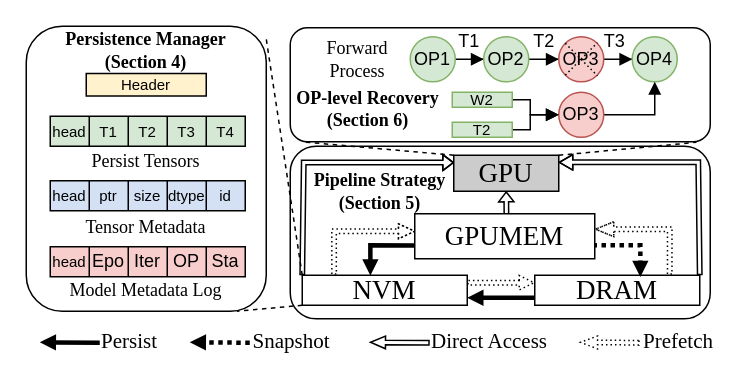
This is fig/system_design.drawio from icszhr/NCheck, a draw.io file, before an edit. Source tidied: cells renumbered, new cells numbered last; positions are measured from the earlier drawing's top-left corner, leaving out a move shared by most shapes. Both pictures are drawn from the tidied source at 150%, with x=0, y=0 at pixel (26, 26).
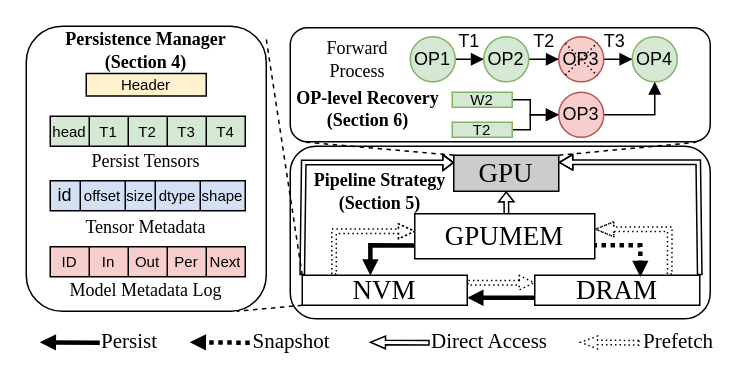
Above is the later version.

Unchanged cells that the change refers to:
```xml
<mxCell id="26" style="shape=tableRow;horizontal=0;startSize=0;swimlaneHead=0;swimlaneBody=0;strokeColor=inherit;top=0;left=0;bottom=0;right=0;fillColor=none;" parent="25" vertex="1">
  <mxGeometry width="130" height="20" as="geometry" />
</mxCell>
<mxCell id="34" style="shape=tableRow;horizontal=0;startSize=0;swimlaneHead=0;swimlaneBody=0;strokeColor=inherit;top=0;left=0;bottom=0;right=0;fillColor=none;" parent="33" vertex="1">
  <mxGeometry width="130" height="20" as="geometry" />
</mxCell>
```

What changed in the source:
```diff
@@
-    <mxCell id="27" value="&lt;font style=&quot;font-size: 10px;&quot;&gt;head&lt;/font&gt;" style="shape=partialRectangle;html=1;whiteSpace=wrap;strokeColor=inherit;overflow=hidden;fillColor=none;top=0;left=0;bottom=0;right=0;" parent="26" vertex="1">
-      <mxGeometry width="26" height="20" as="geometry" />
+    <mxCell id="27" value="id" style="shape=partialRectangle;html=1;whiteSpace=wrap;strokeColor=inherit;overflow=hidden;fillColor=none;top=0;left=0;bottom=0;right=0;" parent="26" vertex="1">
+      <mxGeometry width="20" height="20" as="geometry" />
     </mxCell>
-    <mxCell id="28" value="&lt;font style=&quot;font-size: 10px;&quot;&gt;ptr&lt;/font&gt;" style="shape=partialRectangle;html=1;whiteSpace=wrap;strokeColor=inherit;overflow=hidden;fillColor=none;top=0;left=0;bottom=0;right=0;" parent="26" vertex="1">
-      <mxGeometry x="26" width="26" height="20" as="geometry" />
+    <mxCell id="28" value="&lt;span style=&quot;font-size: 10px;&quot;&gt;offset&lt;/span&gt;" style="shape=partialRectangle;html=1;whiteSpace=wrap;strokeColor=inherit;overflow=hidden;fillColor=none;top=0;left=0;bottom=0;right=0;" parent="26" vertex="1">
+      <mxGeometry x="20" width="30" height="20" as="geometry" />
     </mxCell>
     <mxCell id="29" value="&lt;font style=&quot;font-size: 10px;&quot;&gt;size&lt;/font&gt;" style="shape=partialRectangle;html=1;whiteSpace=wrap;strokeColor=inherit;overflow=hidden;fillColor=none;top=0;left=0;bottom=0;right=0;" parent="26" vertex="1">
-      <mxGeometry x="52" width="26" height="20" as="geometry" />
+      <mxGeometry x="50" width="20" height="20" as="geometry" />
     </mxCell>
     <mxCell id="30" value="&lt;font style=&quot;font-size: 10px;&quot;&gt;dtype&lt;/font&gt;" style="shape=partialRectangle;html=1;whiteSpace=wrap;strokeColor=inherit;overflow=hidden;fillColor=none;top=0;left=0;bottom=0;right=0;" parent="26" vertex="1">
-      <mxGeometry x="78" width="26" height="20" as="geometry" />
+      <mxGeometry x="70" width="30" height="20" as="geometry" />
     </mxCell>
-    <mxCell id="31" value="&lt;font style=&quot;font-size: 10px;&quot;&gt;id&lt;/font&gt;" style="shape=partialRectangle;html=1;whiteSpace=wrap;strokeColor=inherit;overflow=hidden;fillColor=none;top=0;left=0;bottom=0;right=0;" parent="26" vertex="1">
-      <mxGeometry x="104" width="26" height="20" as="geometry" />
+    <mxCell id="31" value="&lt;font style=&quot;font-size: 10px;&quot;&gt;shape&lt;/font&gt;" style="shape=partialRectangle;html=1;whiteSpace=wrap;strokeColor=inherit;overflow=hidden;fillColor=none;top=0;left=0;bottom=0;right=0;" parent="26" vertex="1">
+      <mxGeometry x="100" width="30" height="20" as="geometry" />
     </mxCell>
@@
-    <mxCell id="35" value="&lt;font style=&quot;font-size: 10px;&quot;&gt;head&lt;/font&gt;" style="shape=partialRectangle;html=1;whiteSpace=wrap;strokeColor=inherit;overflow=hidden;fillColor=none;top=0;left=0;bottom=0;right=0;" parent="34" vertex="1">
+    <mxCell id="35" value="&lt;span style=&quot;font-size: 10px;&quot;&gt;ID&lt;/span&gt;" style="shape=partialRectangle;html=1;whiteSpace=wrap;strokeColor=inherit;overflow=hidden;fillColor=none;top=0;left=0;bottom=0;right=0;" parent="34" vertex="1">
       <mxGeometry width="26" height="20" as="geometry" />
     </mxCell>
-    <mxCell id="36" value="Epo" style="shape=partialRectangle;html=1;whiteSpace=wrap;strokeColor=inherit;overflow=hidden;fillColor=none;top=0;left=0;bottom=0;right=0;" parent="34" vertex="1">
+    <mxCell id="36" value="&lt;font style=&quot;font-size: 10px;&quot;&gt;In&lt;/font&gt;" style="shape=partialRectangle;html=1;whiteSpace=wrap;strokeColor=inherit;overflow=hidden;fillColor=none;top=0;left=0;bottom=0;right=0;" parent="34" vertex="1">
       <mxGeometry x="26" width="26" height="20" as="geometry" />
     </mxCell>
-    <mxCell id="37" value="Iter" style="shape=partialRectangle;html=1;whiteSpace=wrap;strokeColor=inherit;overflow=hidden;fillColor=none;top=0;left=0;bottom=0;right=0;" parent="34" vertex="1">
+    <mxCell id="37" value="&lt;font style=&quot;font-size: 10px;&quot;&gt;Out&lt;/font&gt;" style="shape=partialRectangle;html=1;whiteSpace=wrap;strokeColor=inherit;overflow=hidden;fillColor=none;top=0;left=0;bottom=0;right=0;" parent="34" vertex="1">
       <mxGeometry x="52" width="26" height="20" as="geometry" />
     </mxCell>
-    <mxCell id="38" value="OP" style="shape=partialRectangle;html=1;whiteSpace=wrap;strokeColor=inherit;overflow=hidden;fillColor=none;top=0;left=0;bottom=0;right=0;" parent="34" vertex="1">
+    <mxCell id="38" value="&lt;font style=&quot;font-size: 10px;&quot;&gt;Per&lt;/font&gt;" style="shape=partialRectangle;html=1;whiteSpace=wrap;strokeColor=inherit;overflow=hidden;fillColor=none;top=0;left=0;bottom=0;right=0;" parent="34" vertex="1">
       <mxGeometry x="78" width="26" height="20" as="geometry" />
     </mxCell>
-    <mxCell id="39" value="Sta" style="shape=partialRectangle;html=1;whiteSpace=wrap;strokeColor=inherit;overflow=hidden;fillColor=none;top=0;left=0;bottom=0;right=0;" parent="34" vertex="1">
+    <mxCell id="39" value="&lt;font style=&quot;font-size: 10px;&quot;&gt;Next&lt;/font&gt;" style="shape=partialRectangle;html=1;whiteSpace=wrap;strokeColor=inherit;overflow=hidden;fillColor=none;top=0;left=0;bottom=0;right=0;" parent="34" vertex="1">
       <mxGeometry x="104" width="26" height="20" as="geometry" />
     </mxCell>
```
